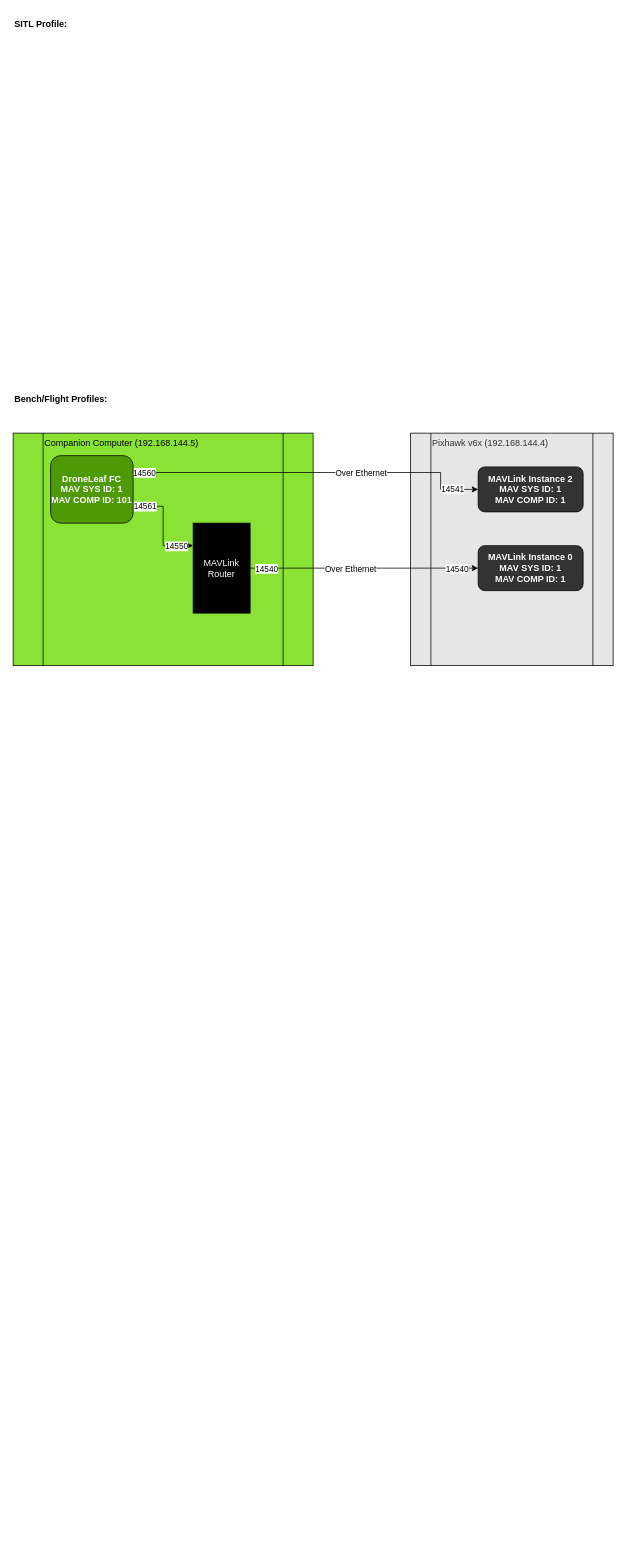
The draw.io diagram Guide/External Software/MAVLink/mavlink_arch.drawio in DroneLeaf/HEAR_wiki, before the edit. Source tidied: cells renumbered, new cells numbered last; positions are measured from the earlier drawing's top-left corner, leaving out a move shared by most shapes. Both pictures are drawn from the tidied source at 75%, with x=0, y=0 at pixel (13, 13).
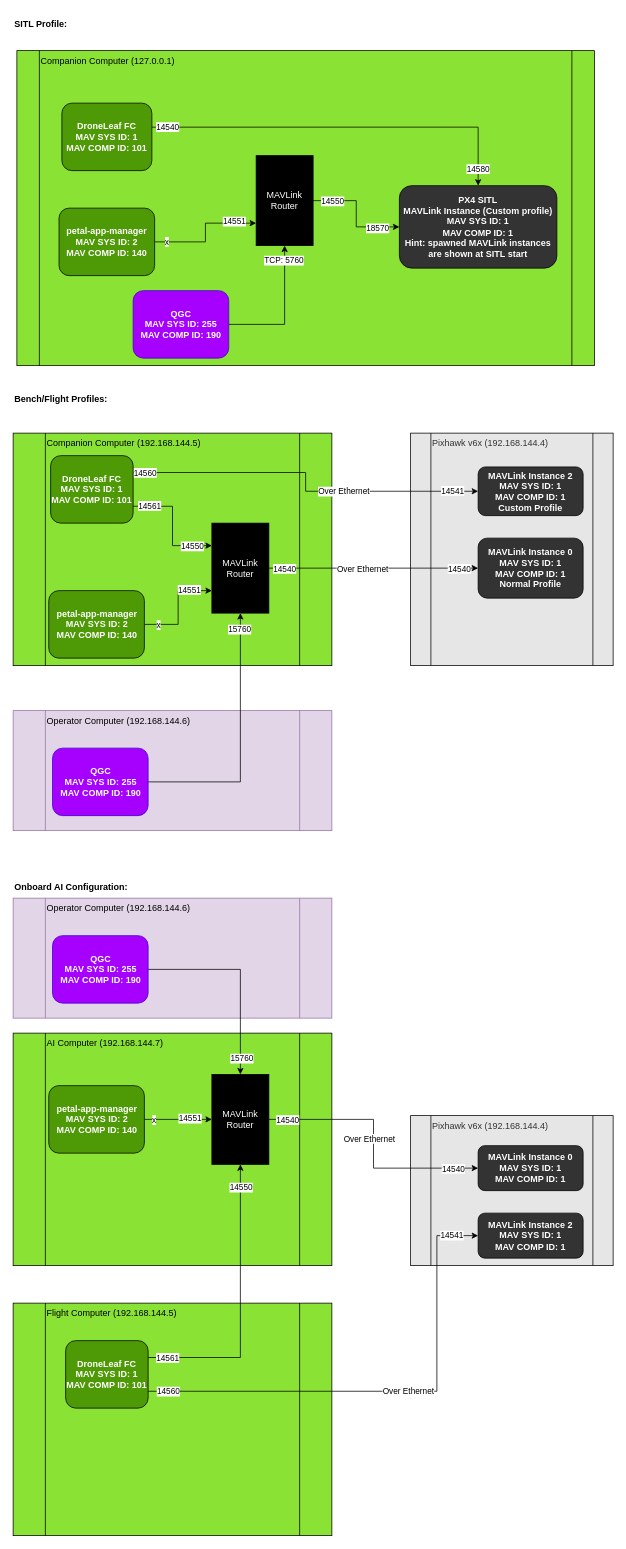
Above is the later version.

Commit message (it also covers changes not shown here):
updated mavlink arch

The change refers to these unchanged cells:
```xml
<mxCell id="11" value="DroneLeaf FC&lt;br&gt;MAV SYS ID: 1&lt;div&gt;MAV COMP ID: 101&lt;/div&gt;" style="rounded=1;whiteSpace=wrap;html=1;labelBackgroundColor=none;fillColor=#4e9a06;fontStyle=1;fontColor=#ffffff;" parent="1" vertex="1">
  <mxGeometry x="50" y="590" width="110" height="90" as="geometry" />
</mxCell>
```

Diff of the diagram source:
```diff
@@
+    <mxCell id="21" value="Operator Computer (192.168.144.6)" style="shape=process;whiteSpace=wrap;html=1;backgroundOutline=1;align=left;verticalAlign=top;fillColor=#e1d5e7;strokeColor=#9673a6;" parent="1" vertex="1">
+      <mxGeometry y="930" width="425" height="160" as="geometry" />
+    </mxCell>
+    <mxCell id="22" value="Flight Computer (192.168.144.5)" style="shape=process;whiteSpace=wrap;html=1;backgroundOutline=1;align=left;verticalAlign=top;fillColor=#8AE234;" parent="1" vertex="1">
+      <mxGeometry y="1720" width="425" height="310" as="geometry" />
+    </mxCell>
@@
     <mxCell id="3" value="Companion Computer (192.168.144.5)" style="shape=process;whiteSpace=wrap;html=1;backgroundOutline=1;align=left;verticalAlign=top;fillColor=#8AE234;" parent="1" vertex="1">
-      <mxGeometry y="560" width="400" height="310" as="geometry" />
+      <mxGeometry y="560" width="425" height="310" as="geometry" />
     </mxCell>
@@
     <mxCell id="7" style="edgeStyle=orthogonalEdgeStyle;rounded=0;jettySize=auto;html=1;exitX=1;exitY=0.25;exitDx=0;exitDy=0;entryX=0;entryY=0.5;entryDx=0;entryDy=0;" parent="1" edge="1" source="11" target="17">
-      <mxGeometry relative="1" as="geometry">
-        <Array as="points">
-          <mxPoint x="570" y="613" />
-          <mxPoint x="570" y="635" />
-        </Array>
-      </mxGeometry>
+      <mxGeometry relative="1" as="geometry" />
     </mxCell>
@@
     <mxCell id="16" value="MAVLink Router" style="rounded=0;whiteSpace=wrap;html=1;fillColor=#000000;fontColor=#FFFFFF;" parent="1" vertex="1">
-      <mxGeometry x="240" y="680" width="76" height="120" as="geometry" />
+      <mxGeometry x="265" y="680" width="76" height="120" as="geometry" />
     </mxCell>
-    <mxCell id="17" value="MAVLink Instance 2&lt;div&gt;MAV SYS ID: 1&lt;div&gt;MAV COMP ID: 1&lt;/div&gt;&lt;/div&gt;" style="rounded=1;whiteSpace=wrap;html=1;fontStyle=1;fontColor=#FFFFFF;fillColor=#333333;" parent="1" vertex="1">
-      <mxGeometry x="620" y="605" width="140" height="60" as="geometry" />
+    <mxCell id="17" value="MAVLink Instance 2&lt;div&gt;MAV SYS ID: 1&lt;div&gt;MAV COMP ID: 1&lt;br&gt;Custom Profile&lt;/div&gt;&lt;/div&gt;" style="rounded=1;whiteSpace=wrap;html=1;fontStyle=1;fontColor=#FFFFFF;fillColor=#333333;" parent="1" vertex="1">
+      <mxGeometry x="620" y="605" width="140" height="65" as="geometry" />
     </mxCell>
-    <mxCell id="18" value="MAVLink Instance 0&lt;div&gt;MAV SYS ID: 1&lt;div&gt;MAV COMP ID: 1&lt;/div&gt;&lt;/div&gt;" style="rounded=1;whiteSpace=wrap;html=1;fontStyle=1;fontColor=#FFFFFF;fillColor=#333333;" parent="1" vertex="1">
-      <mxGeometry x="620" y="710" width="140" height="60" as="geometry" />
+    <mxCell id="18" value="MAVLink Instance 0&lt;div&gt;MAV SYS ID: 1&lt;div&gt;MAV COMP ID: 1&lt;/div&gt;&lt;/div&gt;&lt;div&gt;Normal Profile&lt;/div&gt;" style="rounded=1;whiteSpace=wrap;html=1;fontStyle=1;fontColor=#FFFFFF;fillColor=#333333;" parent="1" vertex="1">
+      <mxGeometry x="620" y="700" width="140" height="80" as="geometry" />
     </mxCell>
@@
+    <mxCell id="23" value="Companion Computer (127.0.0.1)" style="shape=process;whiteSpace=wrap;html=1;backgroundOutline=1;align=left;verticalAlign=top;fillColor=#8AE234;size=0.03896103896103896;" parent="1" vertex="1">
+      <mxGeometry x="5" y="50" width="770" height="420" as="geometry" />
+    </mxCell>
+    <mxCell id="24" style="edgeStyle=orthogonalEdgeStyle;rounded=0;jettySize=auto;html=1;entryX=0.5;entryY=0;entryDx=0;entryDy=0;exitX=0.995;exitY=0.356;exitDx=0;exitDy=0;exitPerimeter=0;" parent="1" edge="1" source="27" target="32">
+      <mxGeometry relative="1" as="geometry">
+        <Array as="points">
+          <mxPoint x="620" y="152" />
+        </Array>
+      </mxGeometry>
+    </mxCell>
+    <mxCell id="25" value="14540" style="edgeLabel;html=1;align=center;verticalAlign=middle;" parent="24" vertex="1">
+      <mxGeometry x="-0.4" y="1" relative="1" as="geometry">
+        <mxPoint x="-133" as="offset" />
+      </mxGeometry>
+    </mxCell>
+    <mxCell id="26" value="14580" style="edgeLabel;html=1;align=center;verticalAlign=middle;" parent="24" vertex="1">
+      <mxGeometry x="0.66" relative="1" as="geometry">
+        <mxPoint x="9" y="55" as="offset" />
+      </mxGeometry>
+    </mxCell>
+    <mxCell id="27" value="DroneLeaf FC&lt;br&gt;MAV SYS ID: 1&lt;div&gt;MAV COMP ID: 101&lt;/div&gt;" style="rounded=1;whiteSpace=wrap;html=1;labelBackgroundColor=none;fillColor=#4e9a06;fontStyle=1;fontColor=#ffffff;" parent="1" vertex="1">
+      <mxGeometry x="65" y="120" width="120" height="90" as="geometry" />
+    </mxCell>
+    <mxCell id="28" style="edgeStyle=orthogonalEdgeStyle;rounded=0;jettySize=auto;html=1;" parent="1" edge="1" source="31" target="32">
+      <mxGeometry relative="1" as="geometry" />
+    </mxCell>
+    <mxCell id="29" value="14550" style="edgeLabel;html=1;align=center;verticalAlign=middle;" parent="28" vertex="1">
+      <mxGeometry x="-0.83" y="-1" relative="1" as="geometry">
+        <mxPoint x="12" y="-1" as="offset" />
+      </mxGeometry>
+    </mxCell>
+    <mxCell id="30" value="18570" style="edgeLabel;html=1;align=center;verticalAlign=middle;" parent="28" vertex="1">
+      <mxGeometry x="0.73" y="-1" relative="1" as="geometry">
+        <mxPoint x="-10" as="offset" />
+      </mxGeometry>
+    </mxCell>
+    <mxCell id="31" value="MAVLink Router" style="rounded=0;whiteSpace=wrap;html=1;fillColor=#000000;fontColor=#FFFFFF;" parent="1" vertex="1">
+      <mxGeometry x="324" y="190" width="76" height="120" as="geometry" />
+    </mxCell>
+    <mxCell id="32" value="&lt;div&gt;PX4 SITL&lt;/div&gt;MAVLink Instance (Custom profile)&lt;div&gt;MAV SYS ID: 1&lt;div&gt;MAV COMP ID: 1&lt;br&gt;Hint: spawned MAVLink instances are shown at SITL start&lt;/div&gt;&lt;/div&gt;" style="rounded=1;whiteSpace=wrap;html=1;fontStyle=1;fontColor=#FFFFFF;fillColor=#333333;" parent="1" vertex="1">
+      <mxGeometry x="515" y="230" width="210" height="110" as="geometry" />
+    </mxCell>
+    <mxCell id="33" style="edgeStyle=orthogonalEdgeStyle;rounded=0;jettySize=auto;html=1;entryX=0;entryY=0.75;entryDx=0;entryDy=0;" parent="1" edge="1" source="36" target="16">
+      <mxGeometry relative="1" as="geometry" />
+    </mxCell>
+    <mxCell id="34" value="14551" style="edgeLabel;html=1;align=center;verticalAlign=middle;" parent="33" vertex="1">
+      <mxGeometry x="0.54" y="2" relative="1" as="geometry" />
+    </mxCell>
+    <mxCell id="35" value="x" style="edgeLabel;html=1;align=center;verticalAlign=middle;" parent="33" vertex="1">
+      <mxGeometry x="-0.74" relative="1" as="geometry" />
+    </mxCell>
+    <mxCell id="36" value="petal-app-manager&lt;div&gt;MAV SYS ID: 2&lt;div&gt;MAV COMP ID: 140&lt;/div&gt;&lt;/div&gt;" style="rounded=1;whiteSpace=wrap;html=1;labelBackgroundColor=none;fillColor=#4e9a06;fontStyle=1;fontColor=#ffffff;" parent="1" vertex="1">
+      <mxGeometry x="47.5" y="770" width="127.5" height="90" as="geometry" />
+    </mxCell>
+    <mxCell id="37" style="edgeStyle=orthogonalEdgeStyle;rounded=0;jettySize=auto;html=1;entryX=0;entryY=0.75;entryDx=0;entryDy=0;" parent="1" edge="1" source="40" target="31">
+      <mxGeometry relative="1" as="geometry" />
+    </mxCell>
+    <mxCell id="38" value="14551" style="edgeLabel;html=1;align=center;verticalAlign=middle;" parent="37" vertex="1">
+      <mxGeometry x="0.73" y="3" relative="1" as="geometry">
+        <mxPoint x="-8" as="offset" />
+      </mxGeometry>
+    </mxCell>
+    <mxCell id="39" value="x" style="edgeLabel;html=1;align=center;verticalAlign=middle;" parent="37" vertex="1">
+      <mxGeometry x="-0.88" y="1" relative="1" as="geometry">
+        <mxPoint x="6" as="offset" />
+      </mxGeometry>
+    </mxCell>
+    <mxCell id="40" value="petal-app-manager&lt;div&gt;MAV SYS ID: 2&lt;div&gt;MAV COMP ID: 140&lt;/div&gt;&lt;/div&gt;" style="rounded=1;whiteSpace=wrap;html=1;labelBackgroundColor=none;fillColor=#4e9a06;fontStyle=1;fontColor=#ffffff;" parent="1" vertex="1">
+      <mxGeometry x="61.2" y="260" width="127.5" height="90" as="geometry" />
+    </mxCell>
+    <mxCell id="41" style="edgeStyle=orthogonalEdgeStyle;rounded=0;jettySize=auto;html=1;" parent="1" edge="1" source="43" target="31">
+      <mxGeometry relative="1" as="geometry" />
+    </mxCell>
+    <mxCell id="42" value="TCP: 5760" style="edgeLabel;html=1;align=center;verticalAlign=middle;" parent="41" vertex="1">
+      <mxGeometry x="0.78" y="2" relative="1" as="geometry" />
+    </mxCell>
+    <mxCell id="43" value="&lt;div&gt;QGC&lt;/div&gt;&lt;div&gt;MAV SYS ID: 255&lt;div&gt;MAV COMP ID: 190&lt;/div&gt;&lt;/div&gt;" style="rounded=1;whiteSpace=wrap;html=1;labelBackgroundColor=none;fillColor=light-dark(#a600ff, #ffa7ff);fontStyle=1;fontColor=#ffffff;strokeColor=#3700CC;" parent="1" vertex="1">
+      <mxGeometry x="160" y="370" width="127.5" height="90" as="geometry" />
+    </mxCell>
+    <mxCell id="44" value="&lt;font color=&quot;#333333&quot;&gt;Pixhawk v6x (192.168.144.4)&lt;/font&gt;" style="shape=process;whiteSpace=wrap;html=1;backgroundOutline=1;align=left;verticalAlign=top;fillColor=#E6E6E6;" parent="1" vertex="1">
+      <mxGeometry x="530" y="1470" width="270" height="200" as="geometry" />
+    </mxCell>
+    <mxCell id="45" value="AI Computer (192.168.144.7)" style="shape=process;whiteSpace=wrap;html=1;backgroundOutline=1;align=left;verticalAlign=top;fillColor=#8AE234;" parent="1" vertex="1">
+      <mxGeometry y="1360" width="425" height="310" as="geometry" />
+    </mxCell>
+    <mxCell id="46" style="edgeStyle=orthogonalEdgeStyle;rounded=0;jettySize=auto;html=1;entryX=0.5;entryY=1;entryDx=0;entryDy=0;exitX=1;exitY=0.25;exitDx=0;exitDy=0;" parent="1" edge="1" source="65" target="57">
+      <mxGeometry relative="1" as="geometry" />
+    </mxCell>
+    <mxCell id="47" value="14561" style="edgeLabel;html=1;align=center;verticalAlign=middle;" parent="46" vertex="1">
+      <mxGeometry x="-0.4" y="1" relative="1" as="geometry">
+        <mxPoint x="-89" y="1" as="offset" />
+      </mxGeometry>
+    </mxCell>
+    <mxCell id="48" value="14550" style="edgeLabel;html=1;align=center;verticalAlign=middle;" parent="46" vertex="1">
+      <mxGeometry x="0.66" relative="1" as="geometry">
+        <mxPoint y="-34" as="offset" />
+      </mxGeometry>
+    </mxCell>
+    <mxCell id="49" style="edgeStyle=orthogonalEdgeStyle;rounded=0;jettySize=auto;html=1;exitX=1;exitY=0.75;exitDx=0;exitDy=0;entryX=0;entryY=0.5;entryDx=0;entryDy=0;" parent="1" edge="1" source="65" target="58">
+      <mxGeometry relative="1" as="geometry">
+        <Array as="points">
+          <mxPoint x="565" y="1838" />
+          <mxPoint x="565" y="1630" />
+        </Array>
+      </mxGeometry>
+    </mxCell>
+    <mxCell id="50" value="14541" style="edgeLabel;html=1;align=center;verticalAlign=middle;" parent="49" vertex="1">
+      <mxGeometry x="0.84" y="1" relative="1" as="geometry">
+        <mxPoint x="16" as="offset" />
+      </mxGeometry>
+    </mxCell>
+    <mxCell id="51" value="14560" style="edgeLabel;html=1;align=center;verticalAlign=middle;" parent="49" vertex="1">
+      <mxGeometry x="-0.94" relative="1" as="geometry">
+        <mxPoint x="7" as="offset" />
+      </mxGeometry>
+    </mxCell>
+    <mxCell id="52" value="Over Ethernet" style="edgeLabel;html=1;align=center;verticalAlign=middle;" parent="49" vertex="1">
+      <mxGeometry x="0.17" relative="1" as="geometry">
+        <mxPoint x="-33" y="-1" as="offset" />
+      </mxGeometry>
+    </mxCell>
+    <mxCell id="53" style="edgeStyle=orthogonalEdgeStyle;rounded=0;jettySize=auto;html=1;exitX=1;exitY=0.5;exitDx=0;exitDy=0;" parent="1" edge="1" source="57" target="59">
+      <mxGeometry relative="1" as="geometry" />
+    </mxCell>
+    <mxCell id="54" value="14540" style="edgeLabel;html=1;align=center;verticalAlign=middle;" parent="53" vertex="1">
+      <mxGeometry x="-0.86" relative="1" as="geometry" />
+    </mxCell>
+    <mxCell id="55" value="14540" style="edgeLabel;html=1;align=center;verticalAlign=middle;" parent="53" vertex="1">
+      <mxGeometry x="0.76" y="-2" relative="1" as="geometry">
+        <mxPoint x="7" y="-2" as="offset" />
+      </mxGeometry>
+    </mxCell>
+    <mxCell id="56" value="Over Ethernet" style="edgeLabel;html=1;align=center;verticalAlign=middle;" parent="53" vertex="1">
+      <mxGeometry x="-0.26" y="4" relative="1" as="geometry">
+        <mxPoint x="6" y="29" as="offset" />
+      </mxGeometry>
+    </mxCell>
+    <mxCell id="57" value="MAVLink Router" style="rounded=0;whiteSpace=wrap;html=1;fillColor=#000000;fontColor=#FFFFFF;" parent="1" vertex="1">
+      <mxGeometry x="265" y="1415" width="76" height="120" as="geometry" />
+    </mxCell>
+    <mxCell id="58" value="MAVLink Instance 2&lt;div&gt;MAV SYS ID: 1&lt;div&gt;MAV COMP ID: 1&lt;/div&gt;&lt;/div&gt;" style="rounded=1;whiteSpace=wrap;html=1;fontStyle=1;fontColor=#FFFFFF;fillColor=#333333;" parent="1" vertex="1">
+      <mxGeometry x="620" y="1600" width="140" height="60" as="geometry" />
+    </mxCell>
+    <mxCell id="59" value="MAVLink Instance 0&lt;div&gt;MAV SYS ID: 1&lt;div&gt;MAV COMP ID: 1&lt;/div&gt;&lt;/div&gt;" style="rounded=1;whiteSpace=wrap;html=1;fontStyle=1;fontColor=#FFFFFF;fillColor=#333333;" parent="1" vertex="1">
+      <mxGeometry x="620" y="1510" width="140" height="60" as="geometry" />
+    </mxCell>
+    <mxCell id="60" value="Onboard AI Configuration:" style="text;html=1;align=left;verticalAlign=middle;whiteSpace=wrap;rounded=0;fontStyle=1;" parent="1" vertex="1">
+      <mxGeometry y="1150" width="205" height="30" as="geometry" />
+    </mxCell>
+    <mxCell id="61" style="edgeStyle=orthogonalEdgeStyle;rounded=0;jettySize=auto;html=1;entryX=0;entryY=0.5;entryDx=0;entryDy=0;" parent="1" edge="1" source="64" target="57">
+      <mxGeometry relative="1" as="geometry" />
+    </mxCell>
+    <mxCell id="62" value="14551" style="edgeLabel;html=1;align=center;verticalAlign=middle;" parent="61" vertex="1">
+      <mxGeometry x="0.54" y="2" relative="1" as="geometry">
+        <mxPoint x="-9" as="offset" />
+      </mxGeometry>
+    </mxCell>
+    <mxCell id="63" value="x" style="edgeLabel;html=1;align=center;verticalAlign=middle;" parent="61" vertex="1">
+      <mxGeometry x="-0.74" relative="1" as="geometry" />
+    </mxCell>
+    <mxCell id="64" value="petal-app-manager&lt;div&gt;MAV SYS ID: 2&lt;div&gt;MAV COMP ID: 140&lt;/div&gt;&lt;/div&gt;" style="rounded=1;whiteSpace=wrap;html=1;labelBackgroundColor=none;fillColor=#4e9a06;fontStyle=1;fontColor=#ffffff;" parent="1" vertex="1">
+      <mxGeometry x="47.5" y="1430" width="127.5" height="90" as="geometry" />
+    </mxCell>
+    <mxCell id="65" value="DroneLeaf FC&lt;br&gt;MAV SYS ID: 1&lt;div&gt;MAV COMP ID: 101&lt;/div&gt;" style="rounded=1;whiteSpace=wrap;html=1;labelBackgroundColor=none;fillColor=#4e9a06;fontStyle=1;fontColor=#ffffff;" parent="1" vertex="1">
+      <mxGeometry x="70" y="1770" width="110" height="90" as="geometry" />
+    </mxCell>
+    <mxCell id="66" style="edgeStyle=orthogonalEdgeStyle;rounded=0;jettySize=auto;html=1;entryX=0.5;entryY=1;entryDx=0;entryDy=0;" parent="1" edge="1" source="68" target="16">
+      <mxGeometry relative="1" as="geometry" />
+    </mxCell>
+    <mxCell id="67" value="15760" style="edgeLabel;html=1;align=center;verticalAlign=middle;" parent="66" vertex="1">
+      <mxGeometry x="0.88" y="2" relative="1" as="geometry" />
+    </mxCell>
+    <mxCell id="68" value="&lt;div&gt;QGC&lt;/div&gt;&lt;div&gt;MAV SYS ID: 255&lt;div&gt;MAV COMP ID: 190&lt;/div&gt;&lt;/div&gt;" style="rounded=1;whiteSpace=wrap;html=1;labelBackgroundColor=none;fillColor=light-dark(#a600ff, #ffa7ff);fontStyle=1;fontColor=#ffffff;strokeColor=#3700CC;" parent="1" vertex="1">
+      <mxGeometry x="52.5" y="980" width="127.5" height="90" as="geometry" />
+    </mxCell>
+    <mxCell id="69" value="Operator Computer (192.168.144.6)" style="shape=process;whiteSpace=wrap;html=1;backgroundOutline=1;align=left;verticalAlign=top;fillColor=#e1d5e7;strokeColor=#9673a6;" parent="1" vertex="1">
+      <mxGeometry y="1180" width="425" height="160" as="geometry" />
+    </mxCell>
+    <mxCell id="70" style="edgeStyle=orthogonalEdgeStyle;rounded=0;jettySize=auto;html=1;entryX=0.5;entryY=0;entryDx=0;entryDy=0;" parent="1" edge="1" source="72" target="57">
+      <mxGeometry relative="1" as="geometry" />
+    </mxCell>
+    <mxCell id="71" value="15760" style="edgeLabel;html=1;align=center;verticalAlign=middle;" parent="70" vertex="1">
+      <mxGeometry x="0.83" y="1" relative="1" as="geometry" />
+    </mxCell>
+    <mxCell id="72" value="&lt;div&gt;QGC&lt;/div&gt;&lt;div&gt;MAV SYS ID: 255&lt;div&gt;MAV COMP ID: 190&lt;/div&gt;&lt;/div&gt;" style="rounded=1;whiteSpace=wrap;html=1;labelBackgroundColor=none;fillColor=light-dark(#a600ff, #ffa7ff);fontStyle=1;fontColor=#ffffff;strokeColor=#3700CC;" parent="1" vertex="1">
+      <mxGeometry x="52.5" y="1230" width="127.5" height="90" as="geometry" />
+    </mxCell>
```
